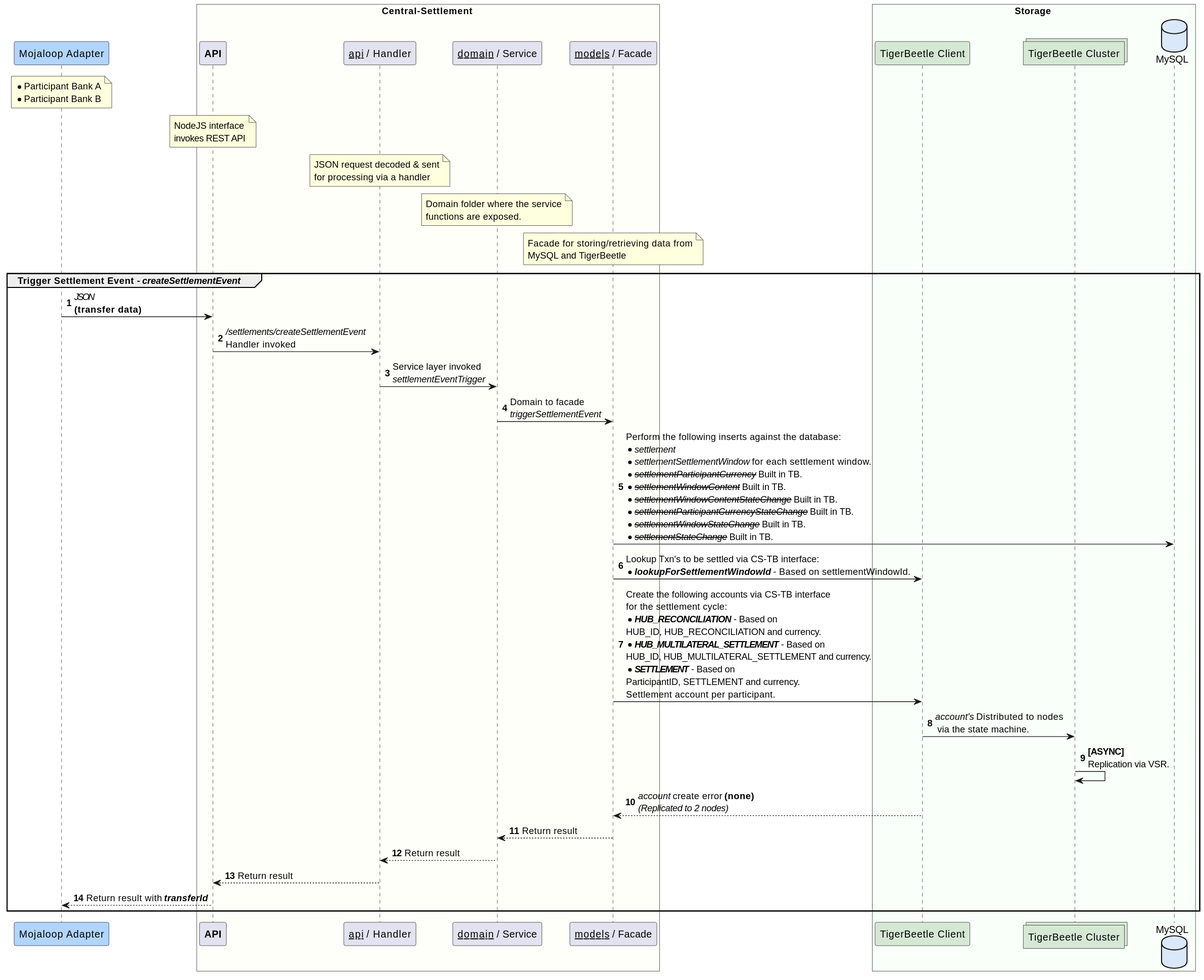
coilhq/mucoa keeps this PlantUML diagram as solution_design/sequence-settlement-tb-enabled-trigger.svg. Above is the earlier version. Source of this version:
```plantuml
@startuml

participant "Mojaloop Adapter" as dfsp #B0D5FF
note over dfsp
    * Participant Bank A
    * Participant Bank B
end note

box Central-Settlement #FFFFF9
    participant "**API**" as cl_api
    participant "__api__ / Handler" as cs_handler
    participant "__domain__ / Service" as cs_domain
    participant "__models__ / Facade" as cs_facade

note over cl_api
        NodeJS interface
        invokes REST API
    end note

    note over cs_handler
        JSON request decoded & sent
        for processing via a handler
    end note

    note over cs_domain
        Domain folder where the service
        functions are exposed.
    end note

    note over cs_facade
        Facade for storing/retrieving data from
        MySQL and TigerBeetle
    end note
end box

box Storage #F9FFF9
	participant "TigerBeetle Client" as tb_client #D5E8D4
	collections "TigerBeetle Cluster" as tb_nodes #D5E8D4
	database "MySQL" as cl_db #DAE8FC
end box

autonumber
group Trigger Settlement Event - //createSettlementEvent//
    dfsp -> cl_api : //JSON// \n**(transfer data)**
    cl_api -> cs_handler : ///settlements/createSettlementEvent// \nHandler invoked
    cs_handler -> cs_domain : Service layer invoked\n//settlementEventTrigger//
    cs_domain -> cs_facade : Domain to facade\n//triggerSettlementEvent//
    cs_facade -> cl_db : Perform the following inserts against the database:\n*//settlement//\n*//settlementSettlementWindow// for each settlement window.\n*--//settlementParticipantCurrency//-- Built in TB. \n*--//settlementWindowContent//-- Built in TB. \n*--//settlementWindowContentStateChange//-- Built in TB. \n*--//settlementParticipantCurrencyStateChange//-- Built in TB.\n*--//settlementWindowStateChange//-- Built in TB.\n*--//settlementStateChange//-- Built in TB.
    cs_facade -> tb_client : Lookup Txn's to be settled via CS-TB interface:\n*//**lookupForSettlementWindowId**// - Based on settlementWindowId.
    cs_facade -> tb_client : Create the following accounts via CS-TB interface \nfor the settlement cycle:\n*//**HUB_RECONCILIATION**// - Based on \nHUB_ID, HUB_RECONCILIATION and currency.\n*//**HUB_MULTILATERAL_SETTLEMENT**// - Based on \nHUB_ID, HUB_MULTILATERAL_SETTLEMENT and currency.\n*//**SETTLEMENT**// - Based on \nParticipantID, SETTLEMENT and currency.\nSettlement account per participant.
    tb_client -> tb_nodes : //account's// Distributed to nodes\n via the state machine.
    tb_nodes -> tb_nodes : **[ASYNC]**\nReplication via VSR.
    tb_client --> cs_facade : //account// create error **(none)**\n//(Replicated to 2 nodes)//
    cs_facade --> cs_domain : Return result
    cs_domain --> cs_handler : Return result
    cs_handler --> cl_api : Return result
    cl_api --> dfsp : Return result with //**transferId**//
end

@enduml
```
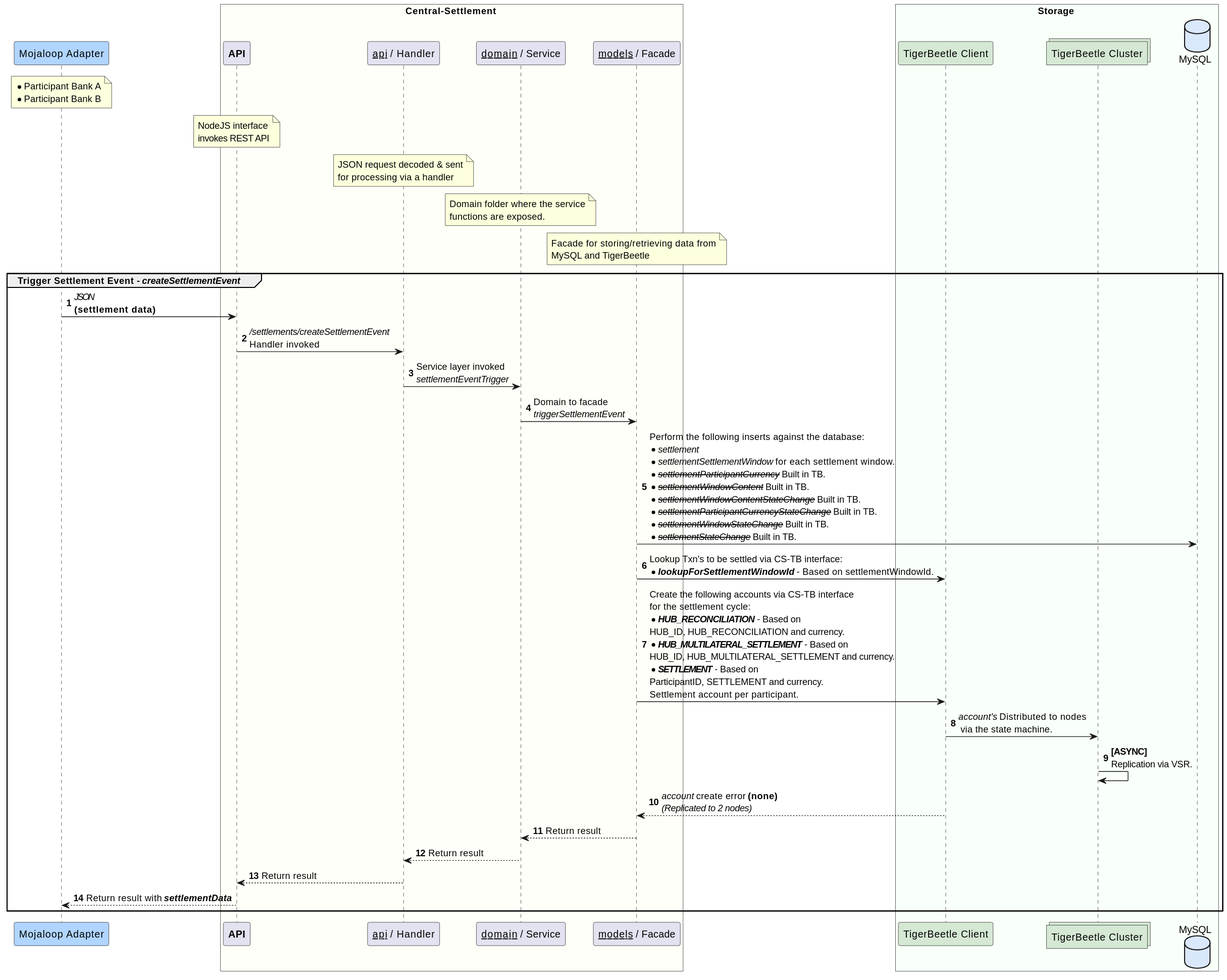
Above is the later version.

Commit message:
Updated sequence diagrams.

Change to the diagram source:
```diff
@@ -41,7 +41,7 @@
 
 autonumber
 group Trigger Settlement Event - //createSettlementEvent//
-    dfsp -> cl_api : //JSON// \n**(transfer data)**
+    dfsp -> cl_api : //JSON// \n**(settlement data)**
     cl_api -> cs_handler : ///settlements/createSettlementEvent// \nHandler invoked
     cs_handler -> cs_domain : Service layer invoked\n//settlementEventTrigger//
     cs_domain -> cs_facade : Domain to facade\n//triggerSettlementEvent//
@@ -54,7 +54,7 @@
     cs_facade --> cs_domain : Return result
     cs_domain --> cs_handler : Return result
     cs_handler --> cl_api : Return result
-    cl_api --> dfsp : Return result with //**transferId**//
+    cl_api --> dfsp : Return result with //**settlementData**//
 end
 
 @enduml
```
